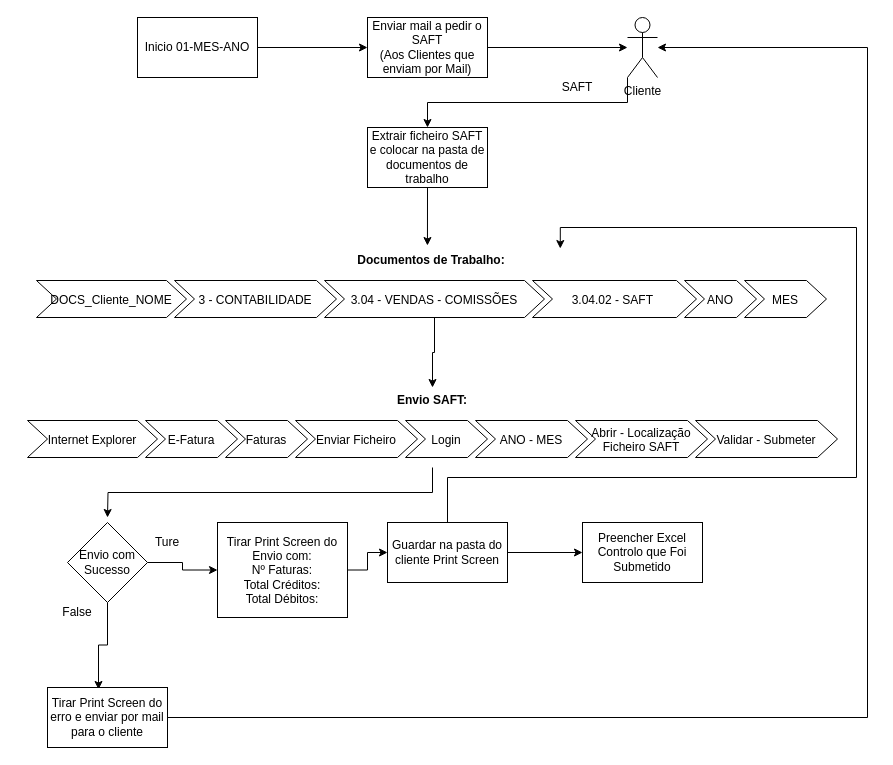
Before: Untitled Diagram.drawio in FredericoIsaac/mail_project, a draw.io diagram. Source tidied: cells renumbered, new cells numbered last; positions are measured from the earlier drawing's top-left corner, leaving out a move shared by most shapes. Both pictures are drawn from the tidied source at 100%, with x=0, y=0 at pixel (17, 17).
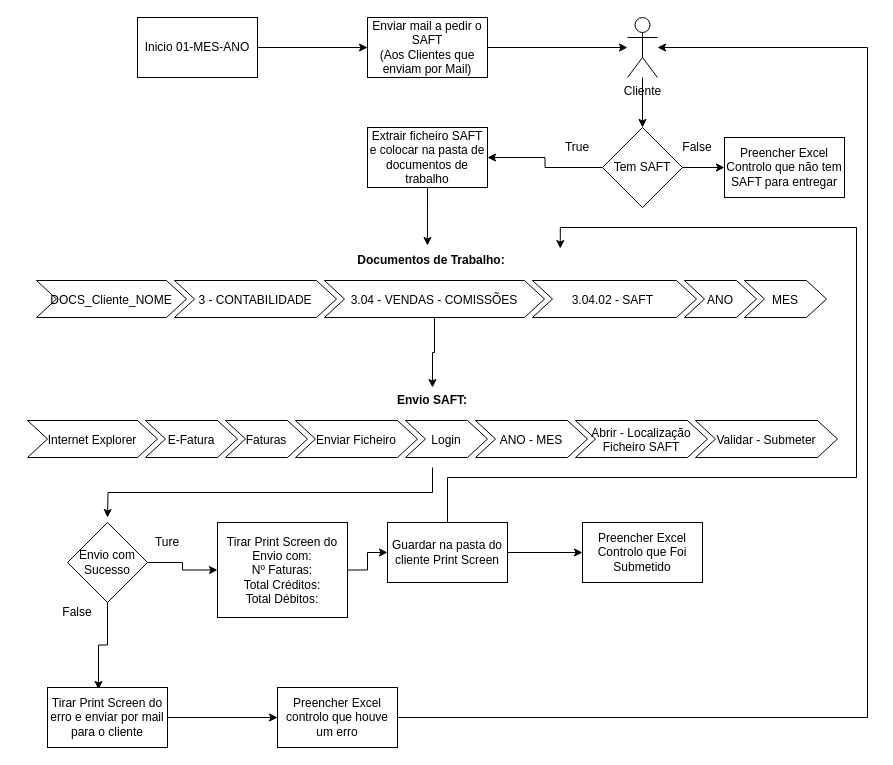
The same diagram, later.

The change refers to these unchanged cells:
```xml
<mxCell id="5" value="Extrair ficheiro SAFT e colocar na pasta de documentos de trabalho" style="rounded=0;whiteSpace=wrap;html=1;" parent="1" vertex="1">
  <mxGeometry x="350" y="110" width="120" height="60" as="geometry" />
</mxCell>
<mxCell id="7" value="Cliente&lt;br&gt;" style="shape=umlActor;verticalLabelPosition=bottom;verticalAlign=top;html=1;outlineConnect=0;" parent="1" vertex="1">
  <mxGeometry x="610" width="30" height="60" as="geometry" />
</mxCell>
<mxCell id="40" value="Tirar Print Screen do erro e enviar por mail para o cliente" style="rounded=0;whiteSpace=wrap;html=1;" parent="1" vertex="1">
  <mxGeometry x="30" y="670" width="120" height="60" as="geometry" />
</mxCell>
```

Change to the diagram source:
```diff
@@
-    <mxCell id="6" style="edgeStyle=orthogonalEdgeStyle;rounded=0;jettySize=auto;html=1;exitX=0;exitY=1;exitDx=0;exitDy=0;exitPerimeter=0;" parent="1" edge="1" source="7" target="5">
-      <mxGeometry relative="1" as="geometry" />
-    </mxCell>
+    <mxCell id="42" style="edgeStyle=orthogonalEdgeStyle;rounded=0;jettySize=auto;html=1;entryX=0.5;entryY=0;entryDx=0;entryDy=0;" parent="1" edge="1" source="7" target="47">
+      <mxGeometry relative="1" as="geometry" />
+    </mxCell>
@@
-    <mxCell id="10" value="SAFT" style="text;html=1;strokeColor=none;fillColor=none;align=center;verticalAlign=middle;whiteSpace=wrap;rounded=0;" parent="1" vertex="1">
-      <mxGeometry x="540" y="60" width="40" height="20" as="geometry" />
-    </mxCell>
@@
-    <mxCell id="39" style="edgeStyle=orthogonalEdgeStyle;rounded=0;jettySize=auto;html=1;" parent="1" edge="1" source="40" target="7">
+    <mxCell id="39" style="edgeStyle=orthogonalEdgeStyle;rounded=0;jettySize=auto;html=1;exitX=0;exitY=0.5;exitDx=0;exitDy=0;" parent="1" edge="1" source="44" target="7">
       <mxGeometry relative="1" as="geometry">
         <Array as="points">
           <mxPoint x="850" y="700" />
           <mxPoint x="850" y="30" />
         </Array>
       </mxGeometry>
     </mxCell>
+    <mxCell id="43" style="edgeStyle=orthogonalEdgeStyle;rounded=0;jettySize=auto;html=1;exitX=1;exitY=0.5;exitDx=0;exitDy=0;entryX=0;entryY=0.5;entryDx=0;entryDy=0;" parent="1" edge="1" source="40" target="44">
+      <mxGeometry relative="1" as="geometry" />
+    </mxCell>
@@
+    <mxCell id="44" value="Preencher Excel controlo que houve um erro" style="rounded=0;whiteSpace=wrap;html=1;" parent="1" vertex="1">
+      <mxGeometry x="260" y="670" width="120" height="60" as="geometry" />
+    </mxCell>
+    <mxCell id="45" style="edgeStyle=orthogonalEdgeStyle;rounded=0;jettySize=auto;html=1;entryX=1;entryY=0.5;entryDx=0;entryDy=0;" parent="1" edge="1" source="47" target="5">
+      <mxGeometry relative="1" as="geometry" />
+    </mxCell>
+    <mxCell id="46" style="edgeStyle=orthogonalEdgeStyle;rounded=0;jettySize=auto;html=1;entryX=0;entryY=0.5;entryDx=0;entryDy=0;" parent="1" edge="1" source="47" target="49">
+      <mxGeometry relative="1" as="geometry" />
+    </mxCell>
+    <mxCell id="47" value="Tem SAFT" style="rhombus;whiteSpace=wrap;html=1;" parent="1" vertex="1">
+      <mxGeometry x="585" y="110" width="80" height="80" as="geometry" />
+    </mxCell>
+    <mxCell id="48" value="True" style="text;html=1;strokeColor=none;fillColor=none;align=center;verticalAlign=middle;whiteSpace=wrap;rounded=0;" parent="1" vertex="1">
+      <mxGeometry x="540" y="120" width="40" height="20" as="geometry" />
+    </mxCell>
+    <mxCell id="49" value="&lt;span&gt;Preencher Excel Controlo que não tem SAFT para entregar&lt;/span&gt;" style="rounded=0;whiteSpace=wrap;html=1;" parent="1" vertex="1">
+      <mxGeometry x="707" y="120" width="120" height="60" as="geometry" />
+    </mxCell>
+    <mxCell id="50" value="False" style="text;html=1;strokeColor=none;fillColor=none;align=center;verticalAlign=middle;whiteSpace=wrap;rounded=0;" parent="1" vertex="1">
+      <mxGeometry x="660" y="120" width="40" height="20" as="geometry" />
+    </mxCell>
```
